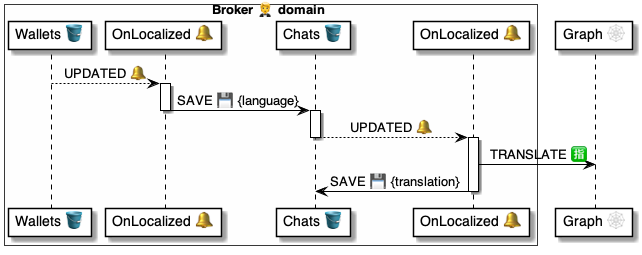
The PlantUML diagram 4 ⚙️ Solution/20 🧑‍🦰 UI/Brokers 🤵/🤵🪣 Broker tables/Chats 💬 table/🪣🧱 7 Localized 🔔 event/🤵 OnChatLocalized ⚙️ uml.png in pollyweb-org/pollyweb-docs, before a commit. Its source is kept beside it as 4 ⚙️ Solution/20 🧑‍🦰 UI/Brokers 🤵/🤵🪣 Broker tables/Chats 💬 table/🪣🧱 7 Localized 🔔 event/🤵 OnChatLocalized ⚙️ uml.puml. Source of this version:
```plantuml
@startuml OnChatLocalized


box Broker 🤵 domain #FFFFFA
    participant "Wallets 🪣" as wallets
    participant "OnLocalized 🔔" as script
    participant "Chats 🪣" as chats
    participant "OnLocalized 🔔" as handler
end box
participant "Graph 🕸" as graph


wallets --> script: UPDATED 🔔
activate script
    script -> chats: SAVE 💾 {language}
deactivate script

activate chats
    chats --> handler: UPDATED 🔔
deactivate chats

activate handler
    handler -> graph: TRANSLATE 🈯
    handler -> chats: SAVE 💾 {translation}
deactivate handler


@enduml
```
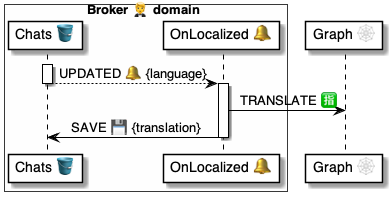
Later version of the same file.

The edit, as a diff of the source:
```diff
@@ -2,21 +2,15 @@
 
 
 box Broker 🤵 domain #FFFFFA
-    participant "Wallets 🪣" as wallets
-    participant "OnLocalized 🔔" as script
     participant "Chats 🪣" as chats
     participant "OnLocalized 🔔" as handler
 end box
 participant "Graph 🕸" as graph
 
 
-wallets --> script: UPDATED 🔔
-activate script
-    script -> chats: SAVE 💾 {language}
-deactivate script
 
 activate chats
-    chats --> handler: UPDATED 🔔
+    chats --> handler: UPDATED 🔔 {language}
 deactivate chats
 
 activate handler
```
